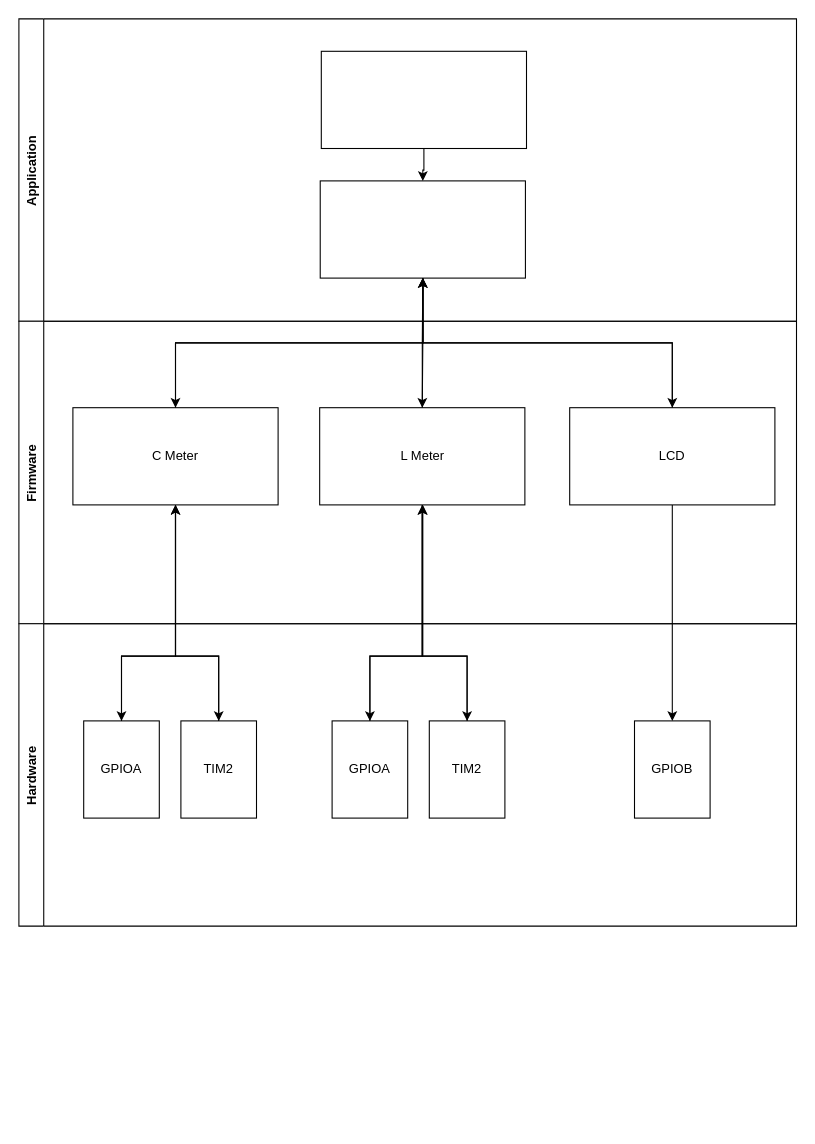
This is images/Untitled Diagram.drawio from gianowolf/RLC-Meter, a draw.io file, before an edit. Source tidied: cells renumbered, new cells numbered last; positions are measured from the earlier drawing's top-left corner, leaving out a move shared by most shapes. Both pictures are drawn from the tidied source at 108%, with x=0, y=0 at pixel (18, 18). Pictures stored in the file or linked from it are replaced by grey dashed boxes.
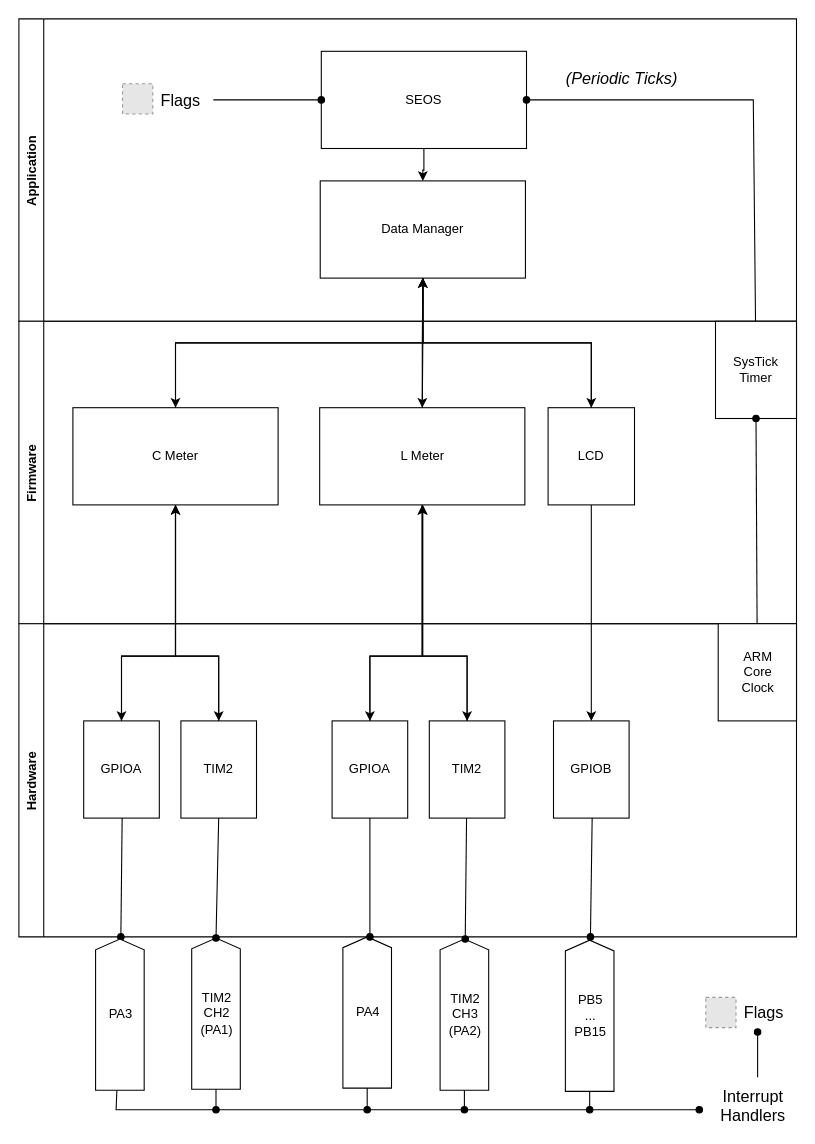
The same diagram, later.

Unchanged cells that the change refers to:
```xml
<mxCell id="6" value="Firmware" style="swimlane;horizontal=0;" parent="1" vertex="1">
  <mxGeometry y="280" width="720" height="280" as="geometry" />
</mxCell>
<mxCell id="12" value="TIM2" style="rounded=0;whiteSpace=wrap;html=1;" parent="10" vertex="1">
  <mxGeometry x="150" y="90" width="70" height="90" as="geometry" />
</mxCell>
<mxCell id="13" value="GPIOA" style="rounded=0;whiteSpace=wrap;html=1;" parent="10" vertex="1">
  <mxGeometry x="290" y="90" width="70" height="90" as="geometry" />
</mxCell>
<mxCell id="14" value="TIM2" style="rounded=0;whiteSpace=wrap;html=1;" parent="10" vertex="1">
  <mxGeometry x="380" y="90" width="70" height="90" as="geometry" />
</mxCell>
```

Diff of the diagram source:
```diff
@@
-    <mxCell id="2" value="Application" style="swimlane;horizontal=0;" parent="1" vertex="1">
+    <mxCell id="2" value="Application" style="swimlane;horizontal=0;strokeColor=#000000;" parent="1" vertex="1">
       <mxGeometry width="720" height="280" as="geometry" />
     </mxCell>
-    <mxCell id="3" style="rounded=0;whiteSpace=wrap;html=1;" parent="2" vertex="1">
+    <mxCell id="3" value="Data Manager" style="rounded=0;whiteSpace=wrap;html=1;" parent="2" vertex="1">
       <mxGeometry x="279" y="150" width="190" height="90" as="geometry" />
     </mxCell>
@@
-    <mxCell id="5" style="rounded=0;whiteSpace=wrap;html=1;" parent="2" vertex="1">
+    <mxCell id="5" value="SEOS" style="rounded=0;whiteSpace=wrap;html=1;" parent="2" vertex="1">
       <mxGeometry x="280" y="30" width="190" height="90" as="geometry" />
     </mxCell>
+    <mxCell id="31" style="edgeStyle=none;rounded=0;jettySize=auto;html=1;entryX=0;entryY=0.5;entryDx=0;entryDy=0;endArrow=oval;endFill=1;strokeColor=#000000;" parent="2" edge="1" source="32" target="5">
+      <mxGeometry relative="1" as="geometry" />
+    </mxCell>
+    <mxCell id="32" value="Flags" style="text;html=1;strokeColor=none;fillColor=none;align=center;verticalAlign=middle;whiteSpace=wrap;rounded=0;fontSize=15;" parent="2" vertex="1">
+      <mxGeometry x="120" y="60" width="60" height="30" as="geometry" />
+    </mxCell>
+    <mxCell id="33" style="fillColor=#E6E6E6;strokeColor=#999999;dashed=1;html=1;verticalAlign=top;verticalLabelPosition=bottom;labelBackgroundColor=#ffffff;" parent="2" vertex="1">
+      <mxGeometry x="96" y="60" width="28" height="28" as="geometry" />
+    </mxCell>
+    <mxCell id="34" value="&lt;i&gt;(Periodic Ticks)&lt;/i&gt;" style="text;html=1;strokeColor=none;fillColor=none;align=center;verticalAlign=middle;whiteSpace=wrap;rounded=0;fontSize=15;" parent="2" vertex="1">
+      <mxGeometry x="497" y="40" width="123" height="30" as="geometry" />
+    </mxCell>
@@
+    <mxCell id="35" value="&lt;div&gt;SysTick&lt;/div&gt;&lt;div&gt;Timer&lt;br&gt;&lt;/div&gt;" style="rounded=0;whiteSpace=wrap;html=1;" parent="6" vertex="1">
+      <mxGeometry x="645" width="75" height="90" as="geometry" />
+    </mxCell>
@@
     <mxCell id="9" value="LCD" style="rounded=0;whiteSpace=wrap;html=1;" parent="6" vertex="1">
-      <mxGeometry x="510" y="80" width="190" height="90" as="geometry" />
+      <mxGeometry x="490" y="80" width="80" height="90" as="geometry" />
     </mxCell>
     <mxCell id="10" value="Hardware" style="swimlane;horizontal=0;" parent="1" vertex="1">
-      <mxGeometry y="560" width="720" height="280" as="geometry" />
+      <mxGeometry y="560" width="720" height="290" as="geometry" />
     </mxCell>
+    <mxCell id="36" value="&lt;div&gt;ARM&lt;/div&gt;&lt;div&gt;Core&lt;/div&gt;&lt;div&gt;Clock&lt;br&gt;&lt;/div&gt;" style="rounded=0;whiteSpace=wrap;html=1;" parent="10" vertex="1">
+      <mxGeometry x="647.5" width="72.5" height="90" as="geometry" />
+    </mxCell>
@@
     <mxCell id="15" value="GPIOB" style="rounded=0;whiteSpace=wrap;html=1;" parent="10" vertex="1">
-      <mxGeometry x="570" y="90" width="70" height="90" as="geometry" />
+      <mxGeometry x="495" y="90" width="70" height="90" as="geometry" />
     </mxCell>
+    <mxCell id="37" style="rounded=0;orthogonalLoop=1;jettySize=auto;html=1;strokeColor=default;endArrow=oval;endFill=1;" parent="10" edge="1">
+      <mxGeometry relative="1" as="geometry">
+        <mxPoint x="95.6" y="180" as="sourcePoint" />
+        <mxPoint x="94.4" y="290" as="targetPoint" />
+      </mxGeometry>
+    </mxCell>
+    <mxCell id="38" style="rounded=0;orthogonalLoop=1;jettySize=auto;html=1;strokeColor=default;endArrow=oval;endFill=1;" parent="10" edge="1">
+      <mxGeometry relative="1" as="geometry">
+        <mxPoint x="530.8" y="180" as="sourcePoint" />
+        <mxPoint x="529.2" y="290" as="targetPoint" />
+      </mxGeometry>
+    </mxCell>
@@
     <mxCell id="18" style="edgeStyle=orthogonalEdgeStyle;rounded=0;jettySize=auto;html=1;" parent="1" edge="1" source="3" target="9">
       <mxGeometry relative="1" as="geometry">
         <Array as="points">
           <mxPoint x="374" y="300" />
-          <mxPoint x="605" y="300" />
+          <mxPoint x="530" y="300" />
         </Array>
       </mxGeometry>
     </mxCell>
@@
     <mxCell id="28" style="edgeStyle=orthogonalEdgeStyle;rounded=0;jettySize=auto;html=1;entryX=0.5;entryY=1;entryDx=0;entryDy=0;" parent="1" edge="1" source="9" target="3">
       <mxGeometry relative="1" as="geometry">
         <Array as="points">
-          <mxPoint x="605" y="300" />
+          <mxPoint x="530" y="300" />
           <mxPoint x="374" y="300" />
         </Array>
       </mxGeometry>
     </mxCell>
@@
+    <mxCell id="39" style="edgeStyle=none;rounded=0;jettySize=auto;html=1;endArrow=oval;endFill=1;strokeColor=#000000;" parent="1" edge="1" source="40">
+      <mxGeometry relative="1" as="geometry">
+        <mxPoint x="412.5" y="1010" as="targetPoint" />
+      </mxGeometry>
+    </mxCell>
+    <mxCell id="40" value="&lt;div&gt;TIM2&lt;/div&gt;&lt;div&gt;CH3&lt;/div&gt;&lt;div&gt;(PA2)&lt;br&gt;&lt;/div&gt;" style="html=1;shadow=0;dashed=0;align=center;verticalAlign=middle;shape=mxgraph.arrows2.arrow;dy=0;dx=10;notch=0;direction=north;" parent="1" vertex="1">
+      <mxGeometry x="390" y="852" width="45" height="140" as="geometry" />
+    </mxCell>
+    <mxCell id="41" style="edgeStyle=none;rounded=0;jettySize=auto;html=1;endArrow=oval;endFill=1;strokeColor=#000000;" parent="1" edge="1" source="42">
+      <mxGeometry relative="1" as="geometry">
+        <mxPoint x="182.5" y="1010" as="targetPoint" />
+      </mxGeometry>
+    </mxCell>
+    <mxCell id="42" value="&lt;div&gt;TIM2&lt;/div&gt;&lt;div&gt;CH2&lt;/div&gt;&lt;div&gt;(PA1)&lt;br&gt;&lt;/div&gt;" style="html=1;shadow=0;dashed=0;align=center;verticalAlign=middle;shape=mxgraph.arrows2.arrow;dy=0;dx=10;notch=0;direction=north;" parent="1" vertex="1">
+      <mxGeometry x="160" y="851" width="45" height="140" as="geometry" />
+    </mxCell>
+    <mxCell id="43" style="edgeStyle=none;rounded=0;jettySize=auto;html=1;endArrow=oval;endFill=1;strokeColor=#000000;" parent="1" edge="1" source="44">
+      <mxGeometry relative="1" as="geometry">
+        <mxPoint x="528.5" y="1010" as="targetPoint" />
+      </mxGeometry>
+    </mxCell>
+    <mxCell id="44" value="&lt;div&gt;PB5&lt;/div&gt;&lt;div&gt;...&lt;/div&gt;&lt;div&gt;PB15&lt;br&gt;&lt;/div&gt;" style="html=1;shadow=0;dashed=0;align=center;verticalAlign=middle;shape=mxgraph.arrows2.arrow;dy=0;dx=10;notch=0;direction=north;" parent="1" vertex="1">
+      <mxGeometry x="506" y="853" width="45" height="140" as="geometry" />
+    </mxCell>
+    <mxCell id="45" style="rounded=0;jettySize=auto;html=1;strokeColor=default;endArrow=oval;endFill=1;" parent="1" edge="1" source="14" target="40">
+      <mxGeometry relative="1" as="geometry" />
+    </mxCell>
+    <mxCell id="46" style="rounded=0;jettySize=auto;html=1;strokeColor=default;endArrow=oval;endFill=1;exitX=0.5;exitY=1;exitDx=0;exitDy=0;entryX=1;entryY=0.5;entryDx=0;entryDy=0;entryPerimeter=0;" parent="1" edge="1" source="12" target="42">
+      <mxGeometry relative="1" as="geometry" />
+    </mxCell>
+    <mxCell id="47" style="edgeStyle=none;rounded=0;jettySize=auto;html=1;endArrow=oval;endFill=1;strokeColor=#000000;" parent="1" edge="1" source="49">
+      <mxGeometry relative="1" as="geometry">
+        <mxPoint x="630" y="1010" as="targetPoint" />
+        <Array as="points">
+          <mxPoint x="90" y="1010" />
+        </Array>
+      </mxGeometry>
+    </mxCell>
+    <mxCell id="48" style="edgeStyle=none;rounded=0;orthogonalLoop=1;jettySize=auto;html=1;endArrow=oval;endFill=1;strokeColor=#000000;" parent="1" edge="1">
+      <mxGeometry relative="1" as="geometry">
+        <mxPoint x="94" y="1010" as="sourcePoint" />
+        <mxPoint x="93.5" y="1010" as="targetPoint" />
+      </mxGeometry>
+    </mxCell>
+    <mxCell id="49" value="PA3" style="html=1;shadow=0;dashed=0;align=center;verticalAlign=middle;shape=mxgraph.arrows2.arrow;dy=0;dx=10;notch=0;direction=north;" parent="1" vertex="1">
+      <mxGeometry x="71" y="852" width="45" height="140" as="geometry" />
+    </mxCell>
+    <mxCell id="50" style="edgeStyle=none;rounded=0;jettySize=auto;html=1;endArrow=oval;endFill=1;strokeColor=#000000;" parent="1" edge="1" source="51">
+      <mxGeometry relative="1" as="geometry">
+        <mxPoint x="322.5" y="1010" as="targetPoint" />
+      </mxGeometry>
+    </mxCell>
+    <mxCell id="51" value="PA4" style="html=1;shadow=0;dashed=0;align=center;verticalAlign=middle;shape=mxgraph.arrows2.arrow;dy=0;dx=10;notch=0;direction=north;" parent="1" vertex="1">
+      <mxGeometry x="300" y="850" width="45" height="140" as="geometry" />
+    </mxCell>
+    <mxCell id="52" style="rounded=0;jettySize=auto;html=1;strokeColor=default;endArrow=oval;endFill=1;exitX=0.5;exitY=1;exitDx=0;exitDy=0;" parent="1" edge="1" source="13">
+      <mxGeometry relative="1" as="geometry">
+        <mxPoint x="325" y="850" as="targetPoint" />
+      </mxGeometry>
+    </mxCell>
+    <mxCell id="53" style="edgeStyle=none;rounded=0;jettySize=auto;html=1;entryX=0.5;entryY=1;entryDx=0;entryDy=0;endArrow=oval;endFill=1;strokeColor=#000000;" parent="1" edge="1" source="36" target="35">
+      <mxGeometry relative="1" as="geometry" />
+    </mxCell>
+    <mxCell id="54" style="edgeStyle=none;rounded=0;jettySize=auto;html=1;entryX=1;entryY=0.5;entryDx=0;entryDy=0;endArrow=oval;endFill=1;strokeColor=#000000;" parent="1" edge="1" source="35" target="5">
+      <mxGeometry relative="1" as="geometry">
+        <Array as="points">
+          <mxPoint x="680" y="75" />
+        </Array>
+      </mxGeometry>
+    </mxCell>
+    <mxCell id="55" style="edgeStyle=none;rounded=0;jettySize=auto;html=1;entryX=0.4;entryY=1.1;entryDx=0;entryDy=0;entryPerimeter=0;fontSize=15;endArrow=oval;endFill=1;strokeColor=#000000;" parent="1" edge="1" target="57">
+      <mxGeometry relative="1" as="geometry">
+        <mxPoint x="684" y="980" as="sourcePoint" />
+      </mxGeometry>
+    </mxCell>
+    <mxCell id="56" value="&lt;div&gt;Interrupt&lt;/div&gt;&lt;div&gt;Handlers&lt;/div&gt;" style="text;html=1;strokeColor=none;fillColor=none;align=center;verticalAlign=middle;whiteSpace=wrap;rounded=0;fontSize=15;" parent="1" vertex="1">
+      <mxGeometry x="650" y="991" width="60" height="30" as="geometry" />
+    </mxCell>
+    <mxCell id="57" value="Flags" style="text;html=1;strokeColor=none;fillColor=none;align=center;verticalAlign=middle;whiteSpace=wrap;rounded=0;fontSize=15;" parent="1" vertex="1">
+      <mxGeometry x="660" y="905" width="60" height="30" as="geometry" />
+    </mxCell>
+    <mxCell id="58" style="fillColor=#E6E6E6;strokeColor=#999999;dashed=1;html=1;verticalAlign=top;verticalLabelPosition=bottom;labelBackgroundColor=#ffffff;" parent="1" vertex="1">
+      <mxGeometry x="636" y="906" width="28" height="28" as="geometry" />
+    </mxCell>
```
